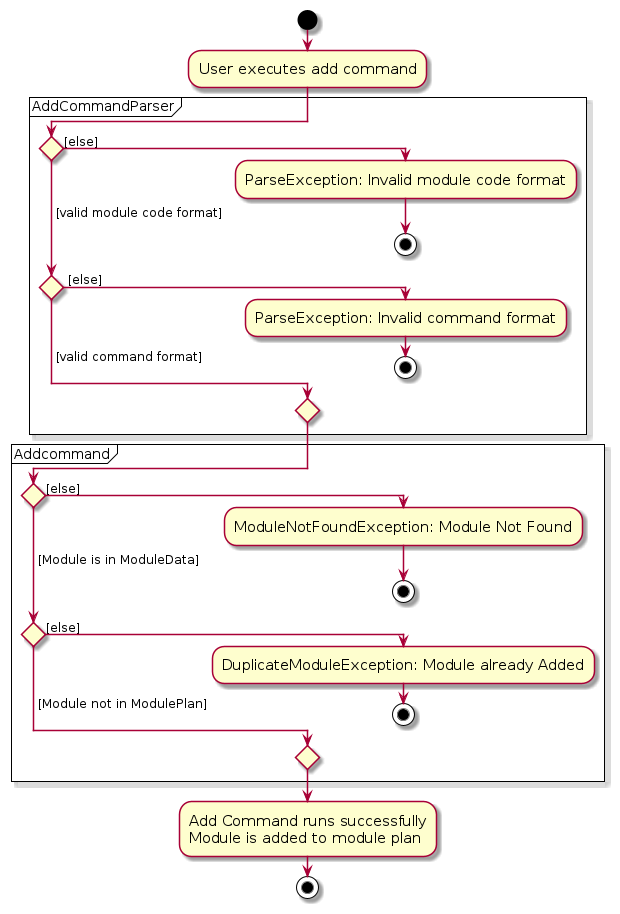
The PlantUML diagram diagrams/AddModuleActivityDiagram.png in ji-just-ji/tp, before a commit. Its source is kept beside it as diagrams/AddModuleActivityDiagram.puml.
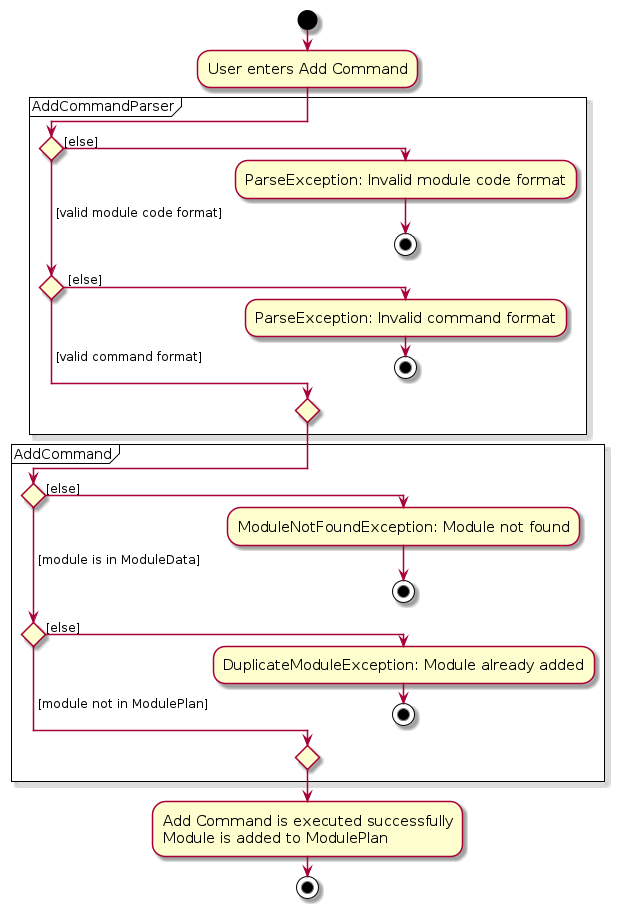
After the change.

Diff of the diagram source:
```diff
@@ -4,9 +4,7 @@
 skinparam ArrowFontSize 12
 !pragma useVerticalIf on
 start
-:User executes add command;
-
-
+:User enters Add Command;
 
 
  partition AddCommandParser{
@@ -20,23 +18,23 @@
     else ( [valid command format])
 
     endif
-    }
+}
 
-partition Addcommand {
+partition AddCommand {
 
 if () then ([else])
-    :ModuleNotFoundException: Module Not Found;
+    :ModuleNotFoundException: Module not found;
     stop
-( [Module is in ModuleData]) elseif() then([else])
-    :DuplicateModuleException: Module already Added;
+( [module is in ModuleData]) elseif() then([else])
+    :DuplicateModuleException: Module already added;
     stop
+else ( [module not in ModulePlan] )
 
-else ( [Module not in ModulePlan] )
 endif
 }
 
-:Add Command runs successfully
-Module is added to module plan;
+:Add Command is executed successfully
+Module is added to ModulePlan;
 stop
 
 
```
